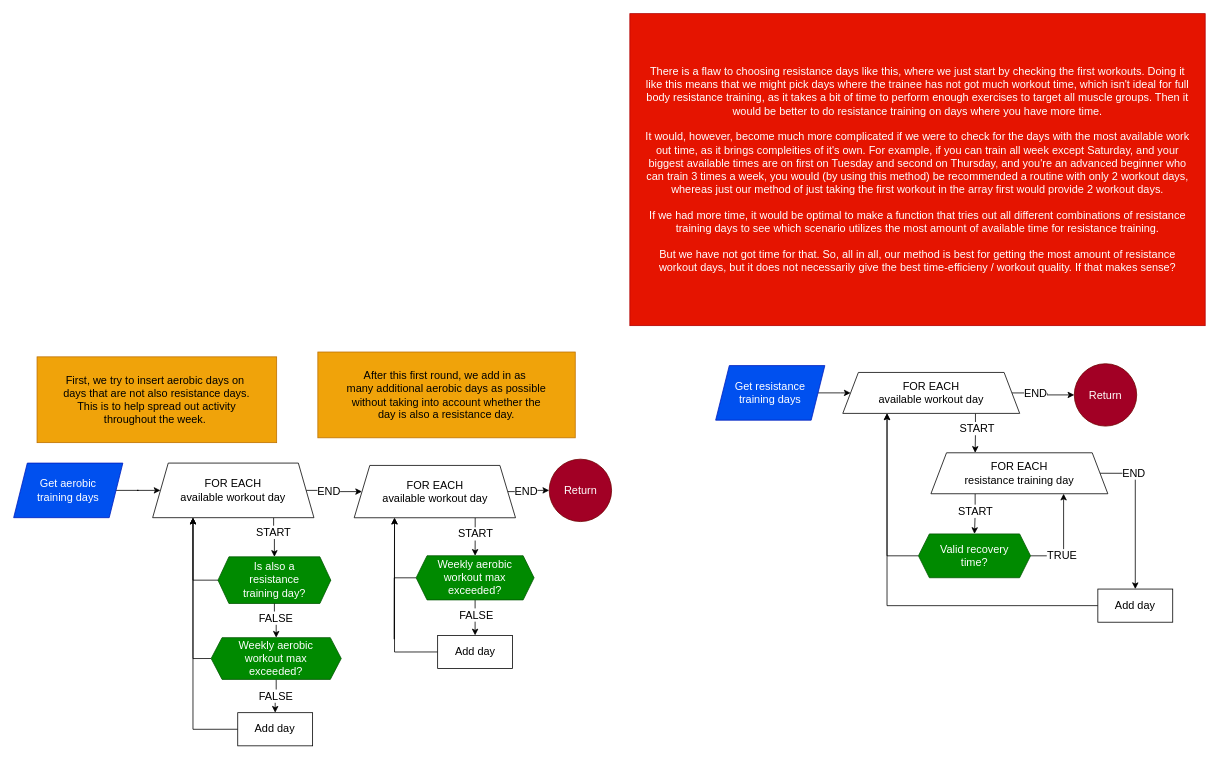
Before: page "Find days" (4 of 7) of Main/workouts.drawio in Katrine123/P1-project, a draw.io diagram. Source tidied: cells renumbered, new cells numbered last; positions are measured from the earlier drawing's top-left corner, leaving out a move shared by most shapes. Both pictures are drawn from the tidied source at 78%, with x=0, y=0 at pixel (13, 13).
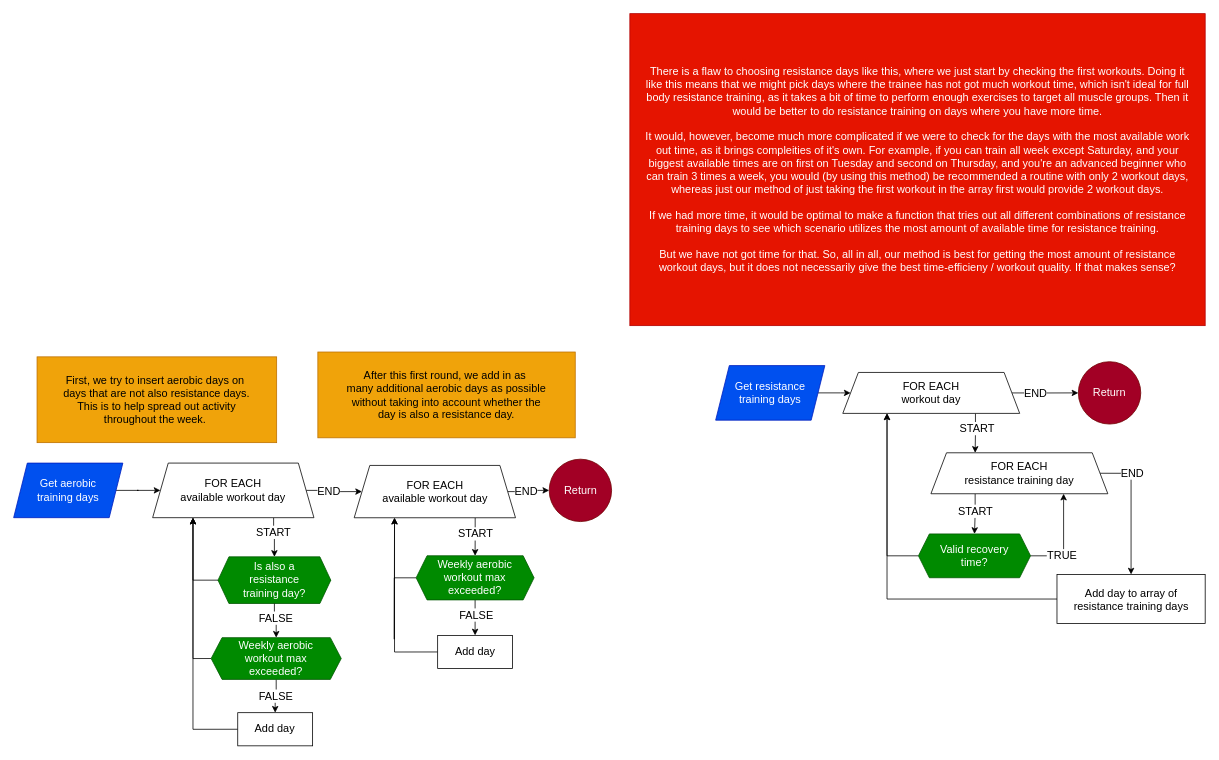
After the change.

The change refers to these unchanged cells:
```xml
<mxCell id="21" value="FOR EACH&lt;div&gt;resistance training day&lt;/div&gt;" style="whiteSpace=wrap;html=1;fontFamily=lexend light;fontSize=14;spacingBottom=0;spacingLeft=15;spacingRight=15;shape=trapezoid;perimeter=trapezoidPerimeter;fixedSize=1;" parent="1" vertex="1">
  <mxGeometry x="1176" y="563" width="226.8" height="52.5" as="geometry" />
</mxCell>
```

The edit, as a diff of the source:
```diff
@@
-    <mxCell id="9" value="Add day" style="whiteSpace=wrap;html=1;fontFamily=lexend light;fontSize=14;spacingBottom=0;spacingLeft=15;spacingRight=15;" parent="1" vertex="1">
-      <mxGeometry x="1390" y="737.7" width="96" height="42.5" as="geometry" />
+    <mxCell id="9" value="Add day to array of resistance training days" style="whiteSpace=wrap;html=1;fontFamily=lexend light;fontSize=14;spacingBottom=0;spacingLeft=15;spacingRight=15;" parent="1" vertex="1">
+      <mxGeometry x="1337.6" y="719" width="190" height="63" as="geometry" />
     </mxCell>
     <mxCell id="10" value="Return" style="ellipse;whiteSpace=wrap;html=1;rounded=0;fillColor=#a20025;fontColor=#ffffff;strokeColor=#6F0000;fontFamily=lexend light;fontSize=14;spacingBottom=0;spacingLeft=15;spacingRight=15;" parent="1" vertex="1">
-      <mxGeometry x="1359.8" y="448.8" width="80" height="80" as="geometry" />
+      <mxGeometry x="1365" y="446.2" width="80" height="80" as="geometry" />
     </mxCell>
@@
-    <mxCell id="15" value="FOR EACH&lt;div&gt;available workout day&lt;/div&gt;" style="whiteSpace=wrap;html=1;fontFamily=lexend light;fontSize=14;spacingBottom=0;spacingLeft=15;spacingRight=15;shape=trapezoid;perimeter=trapezoidPerimeter;fixedSize=1;" parent="1" vertex="1">
+    <mxCell id="15" value="FOR EACH&lt;div&gt;workout day&lt;/div&gt;" style="whiteSpace=wrap;html=1;fontFamily=lexend light;fontSize=14;spacingBottom=0;spacingLeft=15;spacingRight=15;shape=trapezoid;perimeter=trapezoidPerimeter;fixedSize=1;" parent="1" vertex="1">
       <mxGeometry x="1063" y="460" width="226.8" height="52.5" as="geometry" />
     </mxCell>
@@
     <mxCell id="17" style="edgeStyle=orthogonalEdgeStyle;rounded=0;jettySize=auto;html=1;exitX=1;exitY=0.5;exitDx=0;exitDy=0;entryX=0.5;entryY=0;entryDx=0;entryDy=0;fontFamily=lexend light;fontSize=14;fontColor=default;" parent="1" edge="1" source="21" target="9">
       <mxGeometry relative="1" as="geometry">
         <Array as="points">
-          <mxPoint x="1438" y="589" />
+          <mxPoint x="1433" y="589" />
         </Array>
       </mxGeometry>
     </mxCell>
```
